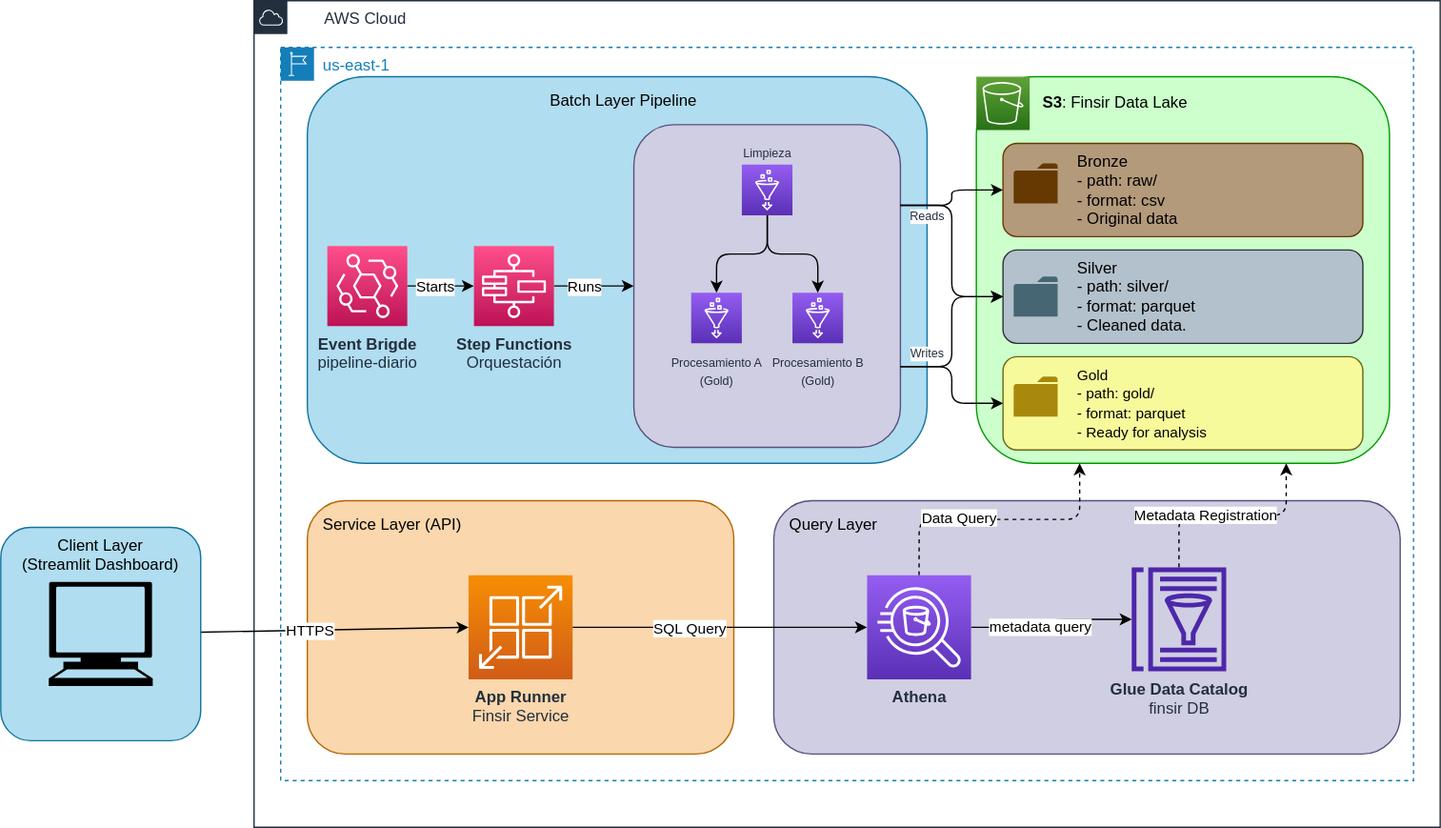
Before: documentation/architecture/aws_architecture_diagram.svg, a diagram exported from draw.io (nceballosp/FINSIR). Source tidied: cells renumbered, new cells last; positions are measured from the earlier drawing's top-left corner, leaving out a move shared by most shapes. Its diagram source:
```xml
<mxGraphModel>
  <root>
    <mxCell id="0" />
    <mxCell id="1" parent="0" />
    <mxCell id="2" value="AWS Cloud" style="gradientColor=none;html=1;whiteSpace=wrap;fontSize=12;fontStyle=0;shape=mxgraph.aws4.group;grIcon=mxgraph.aws4.group_aws_cloud;strokeColor=#232F3E;fillColor=none;verticalAlign=top;align=left;spacingLeft=51;fontColor=#232F3E;dashed=0;" parent="1" vertex="1">
      <mxGeometry x="190" width="890" height="620" as="geometry" />
    </mxCell>
    <mxCell id="3" value="us-east-1" style="gradientColor=none;html=1;whiteSpace=wrap;fontSize=12;fontStyle=0;shape=mxgraph.aws4.group;grIcon=mxgraph.aws4.group_region;strokeColor=#147EBA;fillColor=none;verticalAlign=top;align=left;spacingLeft=30;fontColor=#147EBA;dashed=1;" parent="2" vertex="1">
      <mxGeometry x="20" y="35" width="850" height="550" as="geometry" />
    </mxCell>
    <mxCell id="4" value="Batch Layer Pipeline" style="rounded=1;whiteSpace=wrap;html=1;strokeColor=#10739e;fillColor=#b1ddf0;verticalAlign=top;align=center;spacingTop=4;spacingLeft=10;" parent="3" vertex="1">
      <mxGeometry x="20" y="22" width="465" height="290" as="geometry" />
    </mxCell>
    <mxCell id="5" value="&lt;b&gt;S3&lt;/b&gt;: Finsir Data Lake" style="rounded=1;whiteSpace=wrap;html=1;fillColor=#CCFFCC;gradientColor=none;strokeColor=#009900;align=left;verticalAlign=top;spacingLeft=48;spacingTop=6;" parent="3" vertex="1">
      <mxGeometry x="522" y="22" width="310" height="290" as="geometry" />
    </mxCell>
    <mxCell id="6" value="Query Layer" style="rounded=1;whiteSpace=wrap;html=1;strokeColor=#56517e;fillColor=#d0cee2;verticalAlign=top;spacingTop=4;spacingLeft=10;align=left;" parent="3" vertex="1">
      <mxGeometry x="370" y="340" width="470" height="190" as="geometry" />
    </mxCell>
    <mxCell id="7" value="Service Layer (API)" style="rounded=1;whiteSpace=wrap;html=1;strokeColor=#b46504;fillColor=#fad7ac;verticalAlign=top;align=left;spacingTop=4;spacingLeft=10;" parent="3" vertex="1">
      <mxGeometry x="20" y="340" width="320" height="190" as="geometry" />
    </mxCell>
    <mxCell id="8" style="edgeStyle=none;html=1;entryX=0;entryY=0.5;entryDx=0;entryDy=0;entryPerimeter=0;" parent="3" edge="1" source="10" target="15">
      <mxGeometry relative="1" as="geometry" />
    </mxCell>
    <mxCell id="9" value="SQL Query" style="edgeLabel;html=1;align=center;verticalAlign=middle;" parent="8" vertex="1">
      <mxGeometry x="-0.3" y="-3" relative="1" as="geometry">
        <mxPoint x="10" y="-3" as="offset" />
      </mxGeometry>
    </mxCell>
    <mxCell id="10" value="&lt;b&gt;App Runner&lt;/b&gt;&lt;br&gt;Finsir Service" style="sketch=0;points=[[0,0,0],[0.25,0,0],[0.5,0,0],[0.75,0,0],[1,0,0],[0,1,0],[0.25,1,0],[0.5,1,0],[0.75,1,0],[1,1,0],[0,0.25,0],[0,0.5,0],[0,0.75,0],[1,0.25,0],[1,0.5,0],[1,0.75,0]];outlineConnect=0;fontColor=#232F3E;gradientColor=#F78E04;gradientDirection=north;fillColor=#D05C17;strokeColor=#ffffff;dashed=0;verticalLabelPosition=bottom;verticalAlign=top;align=center;html=1;fontSize=12;fontStyle=0;shape=mxgraph.aws4.resourceIcon;resIcon=mxgraph.aws4.app_runner;" parent="3" vertex="1">
      <mxGeometry x="141" y="396" width="78" height="78" as="geometry" />
    </mxCell>
    <mxCell id="11" style="edgeStyle=orthogonalEdgeStyle;html=1;exitX=1;exitY=0.5;exitDx=0;exitDy=0;exitPerimeter=0;" parent="3" edge="1" source="15" target="24">
      <mxGeometry relative="1" as="geometry" />
    </mxCell>
    <mxCell id="12" value="metadata query" style="edgeLabel;html=1;align=center;verticalAlign=middle;" parent="11" vertex="1">
      <mxGeometry x="-0.21" y="1" relative="1" as="geometry" />
    </mxCell>
    <mxCell id="13" style="edgeStyle=orthogonalEdgeStyle;html=1;entryX=0.25;entryY=1;entryDx=0;entryDy=0;dashed=1;fontSize=8;exitX=0.5;exitY=0;exitDx=0;exitDy=0;exitPerimeter=0;" parent="3" edge="1" source="15" target="5">
      <mxGeometry relative="1" as="geometry" />
    </mxCell>
    <mxCell id="14" value="&lt;font style=&quot;font-size: 11px;&quot;&gt;Data Query&lt;/font&gt;" style="edgeLabel;html=1;align=center;verticalAlign=middle;fontSize=8;" parent="13" vertex="1">
      <mxGeometry x="-0.31" y="2" relative="1" as="geometry" />
    </mxCell>
    <mxCell id="15" value="&lt;b&gt;Athena&lt;/b&gt;" style="sketch=0;points=[[0,0,0],[0.25,0,0],[0.5,0,0],[0.75,0,0],[1,0,0],[0,1,0],[0.25,1,0],[0.5,1,0],[0.75,1,0],[1,1,0],[0,0.25,0],[0,0.5,0],[0,0.75,0],[1,0.25,0],[1,0.5,0],[1,0.75,0]];outlineConnect=0;fontColor=#232F3E;gradientColor=#945DF2;gradientDirection=north;fillColor=#5A30B5;strokeColor=#ffffff;dashed=0;verticalLabelPosition=bottom;verticalAlign=top;align=center;html=1;fontSize=12;fontStyle=0;shape=mxgraph.aws4.resourceIcon;resIcon=mxgraph.aws4.athena;" parent="3" vertex="1">
      <mxGeometry x="440" y="396" width="78" height="78" as="geometry" />
    </mxCell>
    <mxCell id="16" style="sketch=0;fontColor=#232F3E;gradientColor=#60A337;gradientDirection=north;fillColor=#277116;strokeColor=#ffffff;dashed=0;verticalLabelPosition=bottom;verticalAlign=top;align=center;html=1;fontSize=12;fontStyle=0;shape=mxgraph.aws4.resourceIcon;resIcon=mxgraph.aws4.s3;" parent="3" vertex="1">
      <mxGeometry x="522" y="22" width="40" height="40" as="geometry" />
    </mxCell>
    <mxCell id="17" style="edgeStyle=orthogonalEdgeStyle;html=1;entryX=0;entryY=0.5;entryDx=0;entryDy=0;entryPerimeter=0;" parent="3" edge="1" source="19" target="35">
      <mxGeometry relative="1" as="geometry" />
    </mxCell>
    <mxCell id="18" value="Starts" style="edgeLabel;html=1;align=center;verticalAlign=middle;" parent="17" vertex="1">
      <mxGeometry x="-0.18" relative="1" as="geometry" />
    </mxCell>
    <mxCell id="19" value="&lt;b&gt;Event Brigde&lt;/b&gt;&lt;br&gt;pipeline-diario" style="sketch=0;points=[[0,0,0],[0.25,0,0],[0.5,0,0],[0.75,0,0],[1,0,0],[0,1,0],[0.25,1,0],[0.5,1,0],[0.75,1,0],[1,1,0],[0,0.25,0],[0,0.5,0],[0,0.75,0],[1,0.25,0],[1,0.5,0],[1,0.75,0]];outlineConnect=0;fontColor=#232F3E;gradientColor=#FF4F8B;gradientDirection=north;fillColor=#BC1356;strokeColor=#ffffff;dashed=0;verticalLabelPosition=bottom;verticalAlign=top;align=center;html=1;fontSize=12;fontStyle=0;shape=mxgraph.aws4.resourceIcon;resIcon=mxgraph.aws4.eventbridge;" parent="3" vertex="1">
      <mxGeometry x="35" y="149" width="60" height="60" as="geometry" />
    </mxCell>
    <mxCell id="20" style="edgeStyle=orthogonalEdgeStyle;html=1;fontSize=11;exitX=1;exitY=0.5;exitDx=0;exitDy=0;exitPerimeter=0;" parent="3" edge="1" source="35" target="31">
      <mxGeometry relative="1" as="geometry" />
    </mxCell>
    <mxCell id="21" value="Runs" style="edgeLabel;html=1;align=center;verticalAlign=middle;fontSize=11;" parent="20" vertex="1">
      <mxGeometry x="0.52" y="4" relative="1" as="geometry">
        <mxPoint x="-24" y="4" as="offset" />
      </mxGeometry>
    </mxCell>
    <mxCell id="22" style="edgeStyle=orthogonalEdgeStyle;html=1;entryX=0.75;entryY=1;entryDx=0;entryDy=0;fontSize=8;dashed=1;" parent="3" edge="1" source="24" target="5">
      <mxGeometry relative="1" as="geometry" />
    </mxCell>
    <mxCell id="23" value="&lt;font style=&quot;font-size: 11px;&quot;&gt;Metadata Registration&lt;/font&gt;" style="edgeLabel;html=1;align=center;verticalAlign=middle;fontSize=8;" parent="22" vertex="1">
      <mxGeometry x="-0.26" y="1" relative="1" as="geometry" />
    </mxCell>
    <mxCell id="24" value="&lt;b&gt;Glue Data Catalog&lt;/b&gt;&lt;br&gt;finsir DB" style="sketch=0;outlineConnect=0;fontColor=#232F3E;gradientColor=none;fillColor=#4D27AA;strokeColor=none;dashed=0;verticalLabelPosition=bottom;verticalAlign=top;align=center;html=1;fontSize=12;fontStyle=0;shape=mxgraph.aws4.glue_data_catalog;" parent="3" vertex="1">
      <mxGeometry x="638" y="390" width="72" height="78" as="geometry" />
    </mxCell>
    <mxCell id="25" value="Bronze&lt;br style=&quot;font-size: 8px;&quot;&gt;- path: raw/&lt;br&gt;- format: csv&lt;br&gt;- Original data" style="rounded=1;whiteSpace=wrap;html=1;strokeColor=#663902;fillColor=#B39A7B;align=left;verticalAlign=top;spacingLeft=54;" parent="3" vertex="1">
      <mxGeometry x="542" y="72" width="270" height="70" as="geometry" />
    </mxCell>
    <mxCell id="26" value="Silver&lt;br&gt;- path: silver/&lt;br&gt;- format: parquet&lt;br&gt;- Cleaned data." style="rounded=1;whiteSpace=wrap;html=1;strokeColor=#2D2F38;fillColor=#B3C1CC;spacingLeft=54;align=left;verticalAlign=top;" parent="3" vertex="1">
      <mxGeometry x="542" y="152" width="270" height="70" as="geometry" />
    </mxCell>
    <mxCell id="27" value="&lt;font style=&quot;font-size: 11px;&quot;&gt;Gold&lt;br&gt;- path: gold/&lt;br&gt;- format: parquet&lt;br&gt;- Ready for analysis&lt;br&gt;&lt;/font&gt;" style="rounded=1;whiteSpace=wrap;html=1;strokeColor=#666914;fillColor=#F7FA9B;spacingLeft=54;align=left;verticalAlign=top;" parent="3" vertex="1">
      <mxGeometry x="542" y="232" width="270" height="70" as="geometry" />
    </mxCell>
    <mxCell id="28" style="sketch=0;shadow=0;dashed=0;html=1;strokeColor=none;fillColor=#663902;labelPosition=center;verticalLabelPosition=bottom;verticalAlign=top;align=center;shape=mxgraph.office.concepts.folder;" parent="3" vertex="1">
      <mxGeometry x="550" y="87" width="33" height="30" as="geometry" />
    </mxCell>
    <mxCell id="29" style="sketch=0;shadow=0;dashed=0;html=1;strokeColor=none;fillColor=#A8890C;labelPosition=center;verticalLabelPosition=bottom;verticalAlign=top;align=center;shape=mxgraph.office.concepts.folder;" parent="3" vertex="1">
      <mxGeometry x="550" y="247" width="33" height="30" as="geometry" />
    </mxCell>
    <mxCell id="30" style="sketch=0;shadow=0;dashed=0;html=1;strokeColor=none;fillColor=#476673;labelPosition=center;verticalLabelPosition=bottom;verticalAlign=top;align=center;shape=mxgraph.office.concepts.folder;" parent="3" vertex="1">
      <mxGeometry x="550" y="172" width="33" height="30" as="geometry" />
    </mxCell>
    <mxCell id="31" style="rounded=1;whiteSpace=wrap;html=1;strokeColor=#56517e;fontSize=11;fillColor=#d0cee2;" parent="3" vertex="1">
      <mxGeometry x="265" y="58" width="200" height="242" as="geometry" />
    </mxCell>
    <mxCell id="32" style="edgeStyle=orthogonalEdgeStyle;html=1;entryX=0.5;entryY=0;entryDx=0;entryDy=0;entryPerimeter=0;fontFamily=Helvetica;fontSize=12;fontColor=#232F3E;" parent="3" edge="1" source="34" target="36">
      <mxGeometry relative="1" as="geometry" />
    </mxCell>
    <mxCell id="33" style="html=1;entryX=0.5;entryY=0;entryDx=0;entryDy=0;entryPerimeter=0;fontFamily=Helvetica;fontSize=12;fontColor=#232F3E;edgeStyle=orthogonalEdgeStyle;" parent="3" edge="1" source="34" target="37">
      <mxGeometry relative="1" as="geometry" />
    </mxCell>
    <mxCell id="34" value="&lt;font style=&quot;font-size: 9px;&quot;&gt;Limpieza&lt;/font&gt;" style="sketch=0;points=[[0,0,0],[0.25,0,0],[0.5,0,0],[0.75,0,0],[1,0,0],[0,1,0],[0.25,1,0],[0.5,1,0],[0.75,1,0],[1,1,0],[0,0.25,0],[0,0.5,0],[0,0.75,0],[1,0.25,0],[1,0.5,0],[1,0.75,0]];outlineConnect=0;fontColor=#232F3E;gradientColor=#945DF2;gradientDirection=north;fillColor=#5A30B5;strokeColor=#ffffff;dashed=0;verticalLabelPosition=top;verticalAlign=bottom;align=center;html=1;fontSize=12;fontStyle=0;shape=mxgraph.aws4.resourceIcon;resIcon=mxgraph.aws4.glue;labelPosition=center;" parent="3" vertex="1">
      <mxGeometry x="346" y="88" width="38" height="38" as="geometry" />
    </mxCell>
    <mxCell id="35" value="&lt;b&gt;Step Functions&lt;/b&gt;&lt;br&gt;Orquestación" style="sketch=0;points=[[0,0,0],[0.25,0,0],[0.5,0,0],[0.75,0,0],[1,0,0],[0,1,0],[0.25,1,0],[0.5,1,0],[0.75,1,0],[1,1,0],[0,0.25,0],[0,0.5,0],[0,0.75,0],[1,0.25,0],[1,0.5,0],[1,0.75,0]];outlineConnect=0;fontColor=#232F3E;gradientColor=#FF4F8B;gradientDirection=north;fillColor=#BC1356;strokeColor=#ffffff;dashed=0;verticalLabelPosition=bottom;verticalAlign=top;align=center;html=1;fontSize=12;fontStyle=0;shape=mxgraph.aws4.resourceIcon;resIcon=mxgraph.aws4.step_functions;" parent="3" vertex="1">
      <mxGeometry x="145" y="149" width="60" height="60" as="geometry" />
    </mxCell>
    <mxCell id="36" value="&lt;font style=&quot;font-size: 9px;&quot;&gt;Procesamiento A&lt;br&gt;(Gold)&lt;/font&gt;" style="sketch=0;points=[[0,0,0],[0.25,0,0],[0.5,0,0],[0.75,0,0],[1,0,0],[0,1,0],[0.25,1,0],[0.5,1,0],[0.75,1,0],[1,1,0],[0,0.25,0],[0,0.5,0],[0,0.75,0],[1,0.25,0],[1,0.5,0],[1,0.75,0]];outlineConnect=0;fontColor=#232F3E;gradientColor=#945DF2;gradientDirection=north;fillColor=#5A30B5;strokeColor=#ffffff;dashed=0;verticalLabelPosition=bottom;verticalAlign=top;align=center;html=1;fontSize=12;fontStyle=0;shape=mxgraph.aws4.resourceIcon;resIcon=mxgraph.aws4.glue;" parent="3" vertex="1">
      <mxGeometry x="308" y="184" width="38" height="38" as="geometry" />
    </mxCell>
    <mxCell id="37" value="&lt;font style=&quot;font-size: 9px;&quot;&gt;Procesamiento B&lt;br&gt;(Gold)&lt;/font&gt;" style="sketch=0;points=[[0,0,0],[0.25,0,0],[0.5,0,0],[0.75,0,0],[1,0,0],[0,1,0],[0.25,1,0],[0.5,1,0],[0.75,1,0],[1,1,0],[0,0.25,0],[0,0.5,0],[0,0.75,0],[1,0.25,0],[1,0.5,0],[1,0.75,0]];outlineConnect=0;fontColor=#232F3E;gradientColor=#945DF2;gradientDirection=north;fillColor=#5A30B5;strokeColor=#ffffff;dashed=0;verticalLabelPosition=bottom;verticalAlign=top;align=center;html=1;fontSize=12;fontStyle=0;shape=mxgraph.aws4.resourceIcon;resIcon=mxgraph.aws4.glue;" parent="3" vertex="1">
      <mxGeometry x="384" y="184" width="38" height="38" as="geometry" />
    </mxCell>
    <mxCell id="38" style="endArrow=classic;html=1;fontFamily=Helvetica;fontSize=9;fontColor=#232F3E;exitX=1;exitY=0.25;exitDx=0;exitDy=0;entryX=0;entryY=0.5;entryDx=0;entryDy=0;edgeStyle=orthogonalEdgeStyle;" parent="3" edge="1" source="31" target="25">
      <mxGeometry relative="1" as="geometry" />
    </mxCell>
    <mxCell id="39" style="endArrow=classic;html=1;fontFamily=Helvetica;fontSize=9;fontColor=#232F3E;exitX=1;exitY=0.25;exitDx=0;exitDy=0;entryX=0;entryY=0.5;entryDx=0;entryDy=0;edgeStyle=orthogonalEdgeStyle;" parent="3" edge="1" source="31" target="26">
      <mxGeometry relative="1" as="geometry" />
    </mxCell>
    <mxCell id="40" value="Reads" style="edgeLabel;html=1;align=center;verticalAlign=middle;fontSize=9;fontFamily=Helvetica;fontColor=#232F3E;" parent="39" vertex="1">
      <mxGeometry x="-0.12" y="1" relative="1" as="geometry">
        <mxPoint x="-20" y="-18" as="offset" />
      </mxGeometry>
    </mxCell>
    <mxCell id="41" style="endArrow=classic;html=1;fontFamily=Helvetica;fontSize=9;fontColor=#232F3E;exitX=1;exitY=0.75;exitDx=0;exitDy=0;entryX=0;entryY=0.5;entryDx=0;entryDy=0;edgeStyle=orthogonalEdgeStyle;" parent="3" edge="1" source="31" target="26">
      <mxGeometry relative="1" as="geometry" />
    </mxCell>
    <mxCell id="42" style="endArrow=classic;html=1;fontFamily=Helvetica;fontSize=9;fontColor=#232F3E;exitX=1;exitY=0.75;exitDx=0;exitDy=0;entryX=0;entryY=0.5;entryDx=0;entryDy=0;edgeStyle=orthogonalEdgeStyle;" parent="3" edge="1" source="31" target="27">
      <mxGeometry relative="1" as="geometry" />
    </mxCell>
    <mxCell id="43" value="Writes" style="edgeLabel;html=1;align=center;verticalAlign=middle;fontSize=9;fontFamily=Helvetica;fontColor=#232F3E;" parent="42" vertex="1">
      <mxGeometry x="-0.12" y="1" relative="1" as="geometry">
        <mxPoint x="-20" y="-18" as="offset" />
      </mxGeometry>
    </mxCell>
    <mxCell id="44" style="edgeStyle=none;html=1;entryX=0;entryY=0.5;entryDx=0;entryDy=0;entryPerimeter=0;" parent="1" edge="1" source="46" target="10">
      <mxGeometry relative="1" as="geometry" />
    </mxCell>
    <mxCell id="45" value="HTTPS" style="edgeLabel;html=1;align=center;verticalAlign=middle;" parent="44" vertex="1">
      <mxGeometry x="-0.19" relative="1" as="geometry" />
    </mxCell>
    <mxCell id="46" value="Client Layer&lt;br&gt;(Streamlit Dashboard)" style="rounded=1;whiteSpace=wrap;html=1;strokeColor=#10739e;fillColor=#b1ddf0;verticalAlign=top;" parent="1" vertex="1">
      <mxGeometry y="395" width="150" height="160" as="geometry" />
    </mxCell>
    <mxCell id="47" style="shape=mxgraph.signs.tech.computer;html=1;fillColor=#000000;strokeColor=none;verticalLabelPosition=bottom;verticalAlign=top;align=center;labelPerimeter=1;" parent="1" vertex="1">
      <mxGeometry x="36" y="436" width="78" height="78" as="geometry" />
    </mxCell>
  </root>
</mxGraphModel>
```
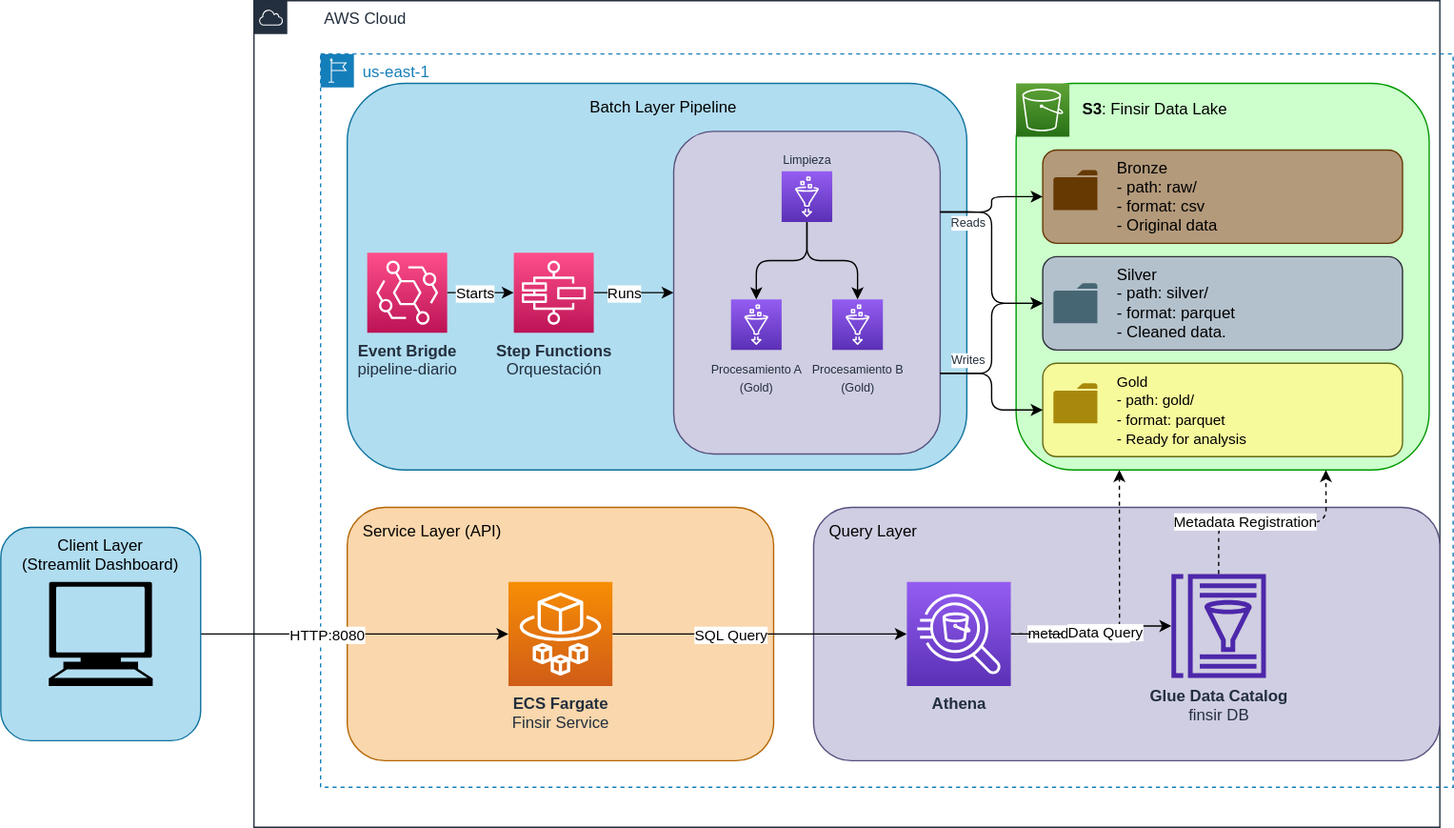
The same file after the commit.

Diff of the diagram source:
```diff
@@ -6,7 +6,7 @@
       <mxGeometry x="190" width="890" height="620" as="geometry" />
     </mxCell>
     <mxCell id="3" value="us-east-1" style="gradientColor=none;html=1;whiteSpace=wrap;fontSize=12;fontStyle=0;shape=mxgraph.aws4.group;grIcon=mxgraph.aws4.group_region;strokeColor=#147EBA;fillColor=none;verticalAlign=top;align=left;spacingLeft=30;fontColor=#147EBA;dashed=1;" parent="2" vertex="1">
-      <mxGeometry x="20" y="35" width="850" height="550" as="geometry" />
+      <mxGeometry x="50" y="40" width="850" height="550" as="geometry" />
     </mxCell>
     <mxCell id="4" value="Batch Layer Pipeline" style="rounded=1;whiteSpace=wrap;html=1;strokeColor=#10739e;fillColor=#b1ddf0;verticalAlign=top;align=center;spacingTop=4;spacingLeft=10;" parent="3" vertex="1">
       <mxGeometry x="20" y="22" width="465" height="290" as="geometry" />
@@ -28,7 +28,7 @@
         <mxPoint x="10" y="-3" as="offset" />
       </mxGeometry>
     </mxCell>
-    <mxCell id="10" value="&lt;b&gt;App Runner&lt;/b&gt;&lt;br&gt;Finsir Service" style="sketch=0;points=[[0,0,0],[0.25,0,0],[0.5,0,0],[0.75,0,0],[1,0,0],[0,1,0],[0.25,1,0],[0.5,1,0],[0.75,1,0],[1,1,0],[0,0.25,0],[0,0.5,0],[0,0.75,0],[1,0.25,0],[1,0.5,0],[1,0.75,0]];outlineConnect=0;fontColor=#232F3E;gradientColor=#F78E04;gradientDirection=north;fillColor=#D05C17;strokeColor=#ffffff;dashed=0;verticalLabelPosition=bottom;verticalAlign=top;align=center;html=1;fontSize=12;fontStyle=0;shape=mxgraph.aws4.resourceIcon;resIcon=mxgraph.aws4.app_runner;" parent="3" vertex="1">
+    <mxCell id="10" value="&lt;b&gt;ECS Fargate&lt;/b&gt;&lt;br&gt;Finsir Service" style="sketch=0;points=[[0,0,0],[0.25,0,0],[0.5,0,0],[0.75,0,0],[1,0,0],[0,1,0],[0.25,1,0],[0.5,1,0],[0.75,1,0],[1,1,0],[0,0.25,0],[0,0.5,0],[0,0.75,0],[1,0.25,0],[1,0.5,0],[1,0.75,0]];outlineConnect=0;fontColor=#232F3E;gradientColor=#F78E04;gradientDirection=north;fillColor=#D05C17;strokeColor=#ffffff;dashed=0;verticalLabelPosition=bottom;verticalAlign=top;align=center;html=1;fontSize=12;fontStyle=0;shape=mxgraph.aws4.resourceIcon;resIcon=mxgraph.aws4.fargate;" parent="3" vertex="1">
       <mxGeometry x="141" y="396" width="78" height="78" as="geometry" />
     </mxCell>
     <mxCell id="11" style="edgeStyle=orthogonalEdgeStyle;html=1;exitX=1;exitY=0.5;exitDx=0;exitDy=0;exitPerimeter=0;" parent="3" edge="1" source="15" target="24">
@@ -37,7 +37,7 @@
     <mxCell id="12" value="metadata query" style="edgeLabel;html=1;align=center;verticalAlign=middle;" parent="11" vertex="1">
       <mxGeometry x="-0.21" y="1" relative="1" as="geometry" />
     </mxCell>
-    <mxCell id="13" style="edgeStyle=orthogonalEdgeStyle;html=1;entryX=0.25;entryY=1;entryDx=0;entryDy=0;dashed=1;fontSize=8;exitX=0.5;exitY=0;exitDx=0;exitDy=0;exitPerimeter=0;" parent="3" edge="1" source="15" target="5">
+    <mxCell id="13" style="edgeStyle=orthogonalEdgeStyle;html=1;entryX=0.25;entryY=1;entryDx=0;entryDy=0;dashed=1;fontSize=8;" parent="3" edge="1" source="15" target="5">
       <mxGeometry relative="1" as="geometry" />
     </mxCell>
     <mxCell id="14" value="&lt;font style=&quot;font-size: 11px;&quot;&gt;Data Query&lt;/font&gt;" style="edgeLabel;html=1;align=center;verticalAlign=middle;fontSize=8;" parent="13" vertex="1">
@@ -139,7 +139,7 @@
     <mxCell id="44" style="edgeStyle=none;html=1;entryX=0;entryY=0.5;entryDx=0;entryDy=0;entryPerimeter=0;" parent="1" edge="1" source="46" target="10">
       <mxGeometry relative="1" as="geometry" />
     </mxCell>
-    <mxCell id="45" value="HTTPS" style="edgeLabel;html=1;align=center;verticalAlign=middle;" parent="44" vertex="1">
+    <mxCell id="45" value="HTTP:8080" style="edgeLabel;html=1;align=center;verticalAlign=middle;" parent="44" vertex="1">
       <mxGeometry x="-0.19" relative="1" as="geometry" />
     </mxCell>
     <mxCell id="46" value="Client Layer&lt;br&gt;(Streamlit Dashboard)" style="rounded=1;whiteSpace=wrap;html=1;strokeColor=#10739e;fillColor=#b1ddf0;verticalAlign=top;" parent="1" vertex="1">
```
